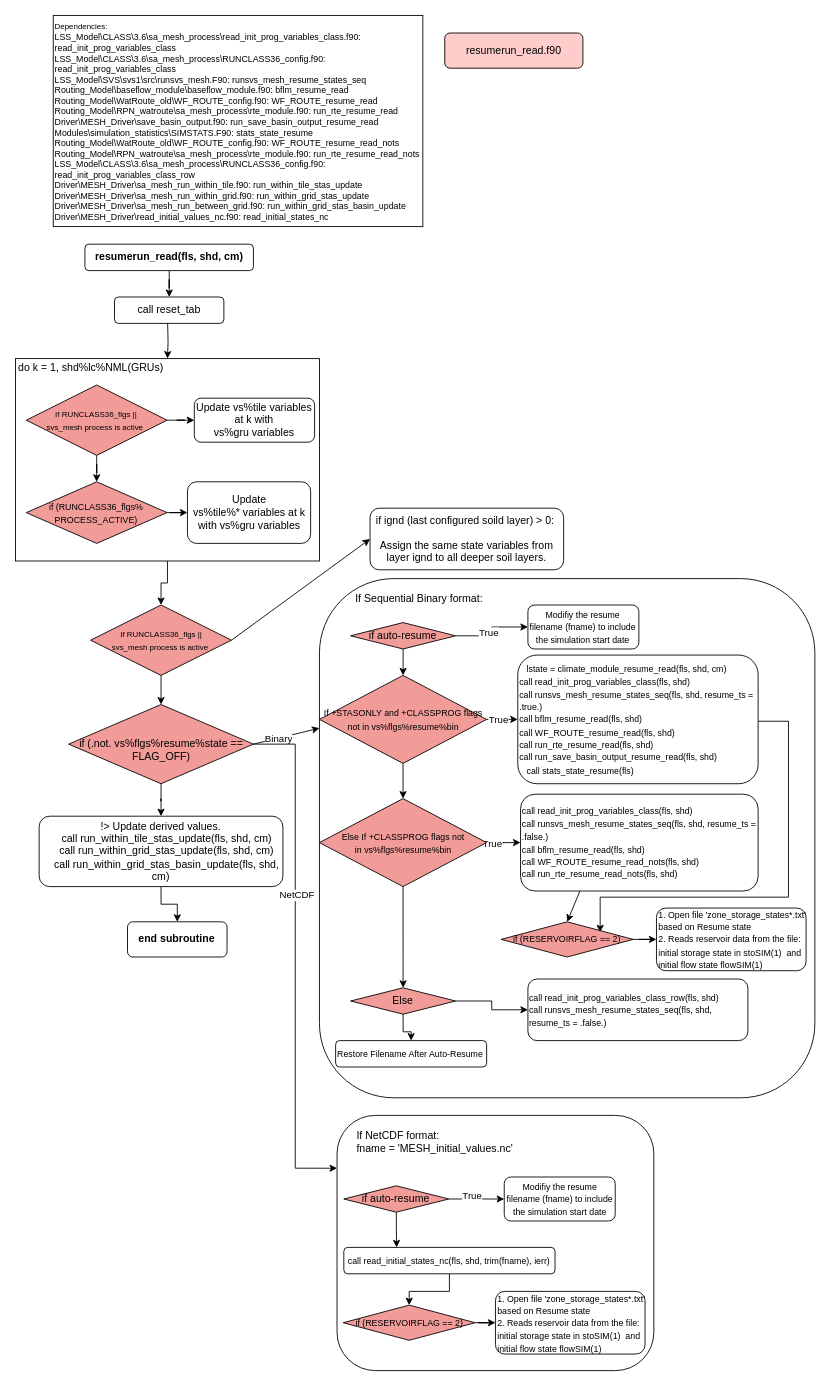
Before: resumerun_read.drawio in MeshMapping/r1813_Mappings, a draw.io diagram. Source tidied: cells renumbered, new cells numbered last; positions are measured from the earlier drawing's top-left corner, leaving out a move shared by most shapes. Both pictures are drawn from the tidied source at 88%, with x=0, y=0 at pixel (15, 15).
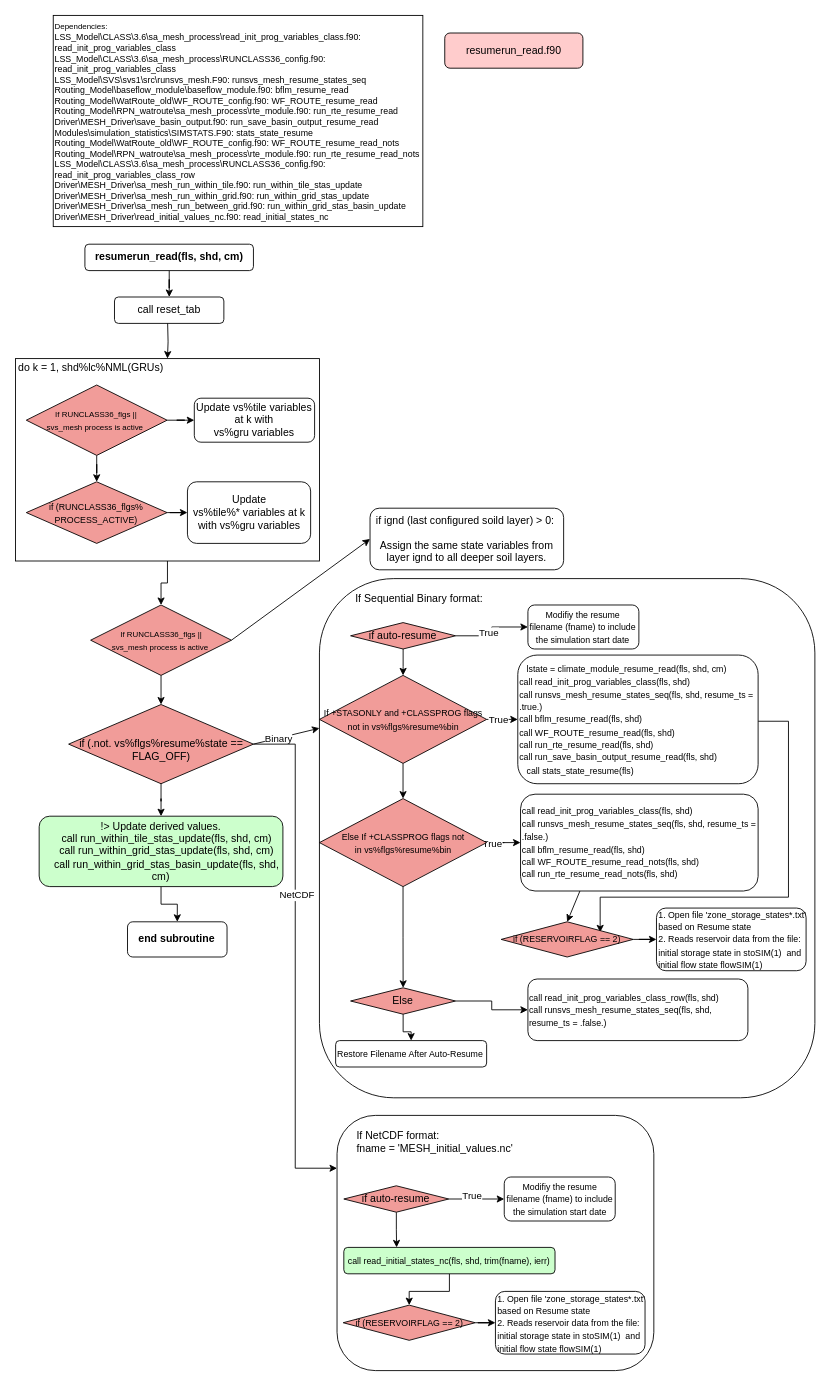
Above is the later version.

The change refers to these unchanged cells:
```xml
<mxCell id="59" style="group;" parent="1" vertex="1">
  <mxGeometry x="365.5" y="1250" width="360" height="290" as="geometry" />
</mxCell>
```

Diff of the diagram source:
```diff
@@
-    <mxCell id="27" value="&lt;div&gt;&lt;span style=&quot;font-weight: 400;&quot;&gt;!&amp;gt; Update derived values.&lt;/span&gt;&lt;/div&gt;&lt;div&gt;&lt;span style=&quot;font-weight: 400;&quot;&gt;&amp;nbsp; &amp;nbsp; call run_within_tile_stas_update(fls, shd, cm)&lt;/span&gt;&lt;/div&gt;&lt;div&gt;&lt;span style=&quot;font-weight: 400;&quot;&gt;&amp;nbsp; &amp;nbsp; call run_within_grid_stas_update(fls, shd, cm)&lt;/span&gt;&lt;/div&gt;&lt;div&gt;&lt;span style=&quot;font-weight: 400;&quot;&gt;&amp;nbsp; &amp;nbsp; call run_within_grid_stas_basin_update(fls, shd, cm)&lt;/span&gt;&lt;/div&gt;" style="whiteSpace=wrap;html=1;rounded=1;fontStyle=1;" parent="1" vertex="1">
+    <mxCell id="27" value="&lt;div&gt;&lt;span style=&quot;font-weight: 400;&quot;&gt;!&amp;gt; Update derived values.&lt;/span&gt;&lt;/div&gt;&lt;div&gt;&lt;span style=&quot;font-weight: 400;&quot;&gt;&amp;nbsp; &amp;nbsp; call run_within_tile_stas_update(fls, shd, cm)&lt;/span&gt;&lt;/div&gt;&lt;div&gt;&lt;span style=&quot;font-weight: 400;&quot;&gt;&amp;nbsp; &amp;nbsp; call run_within_grid_stas_update(fls, shd, cm)&lt;/span&gt;&lt;/div&gt;&lt;div&gt;&lt;span style=&quot;font-weight: 400;&quot;&gt;&amp;nbsp; &amp;nbsp; call run_within_grid_stas_basin_update(fls, shd, cm)&lt;/span&gt;&lt;/div&gt;" style="whiteSpace=wrap;html=1;rounded=1;fontStyle=1;fillColor=#CCFFCC;" parent="1" vertex="1">
       <mxGeometry x="27" y="910" width="277" height="80" as="geometry" />
     </mxCell>
@@
-    <mxCell id="68" value="&lt;span style=&quot;font-size: 10px; font-weight: 400;&quot;&gt;call read_initial_states_nc(fls, shd, trim(fname), ierr)&lt;/span&gt;" style="whiteSpace=wrap;html=1;rounded=1;fontStyle=1;" parent="59" vertex="1">
+    <mxCell id="68" value="&lt;span style=&quot;font-size: 10px; font-weight: 400;&quot;&gt;call read_initial_states_nc(fls, shd, trim(fname), ierr)&lt;/span&gt;" style="whiteSpace=wrap;html=1;rounded=1;fontStyle=1;fillColor=#CCFFCC;" parent="59" vertex="1">
       <mxGeometry x="7.7" y="150" width="240" height="30" as="geometry" />
     </mxCell>
```
